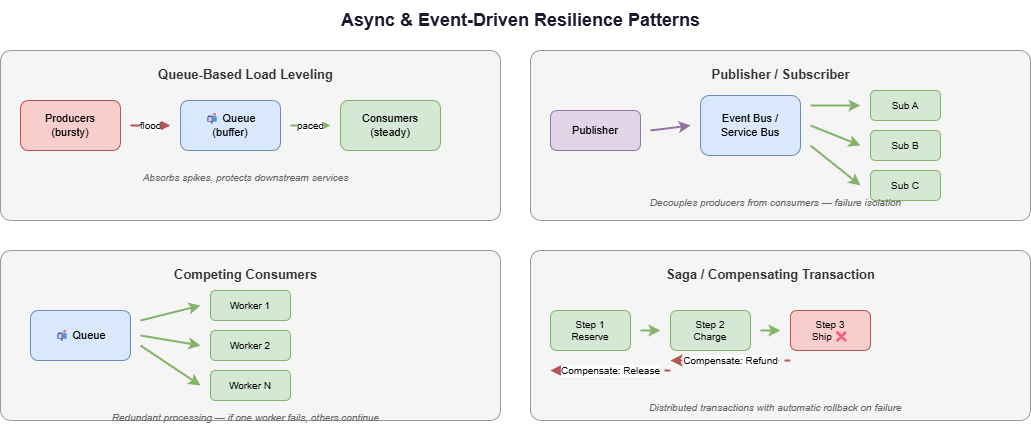
This is slides/img/async-patterns.drawio.png from codebytes/azure-resiliency, a draw.io export, as it was before one commit. Source tidied: cells renumbered, new cells last; positions are measured from the earlier drawing's top-left corner, leaving out a move shared by most shapes. Its diagram source:
```xml
<mxGraphModel>
  <root>
    <mxCell id="0" />
    <mxCell id="1" parent="0" />
    <mxCell id="2" value="&lt;b&gt;Async &amp; Event-Driven Resilience Patterns&lt;/b&gt;" style="text;html=1;align=center;verticalAlign=middle;fontSize=18;fontColor=#1a1a2e;" parent="1" vertex="1">
      <mxGeometry x="220" width="600" height="40" as="geometry" />
    </mxCell>
    <mxCell id="3" style="rounded=1;whiteSpace=wrap;html=1;fillColor=#f5f5f5;strokeColor=#999;arcSize=6;" parent="1" vertex="1">
      <mxGeometry y="50" width="500" height="170" as="geometry" />
    </mxCell>
    <mxCell id="4" value="&lt;b&gt;Queue-Based Load Leveling&lt;/b&gt;" style="text;html=1;align=center;fontSize=13;fontColor=#333;" parent="1" vertex="1">
      <mxGeometry x="120" y="60" width="250" height="25" as="geometry" />
    </mxCell>
    <mxCell id="5" value="Producers&lt;br&gt;(bursty)" style="rounded=1;whiteSpace=wrap;html=1;fillColor=#f8cecc;strokeColor=#b85450;fontSize=11;" parent="1" vertex="1">
      <mxGeometry x="20" y="100" width="100" height="50" as="geometry" />
    </mxCell>
    <mxCell id="6" value="📬 Queue&lt;br&gt;(buffer)" style="rounded=1;whiteSpace=wrap;html=1;fillColor=#dae8fc;strokeColor=#6c8ebf;fontSize=11;" parent="1" vertex="1">
      <mxGeometry x="180" y="100" width="100" height="50" as="geometry" />
    </mxCell>
    <mxCell id="7" value="Consumers&lt;br&gt;(steady)" style="rounded=1;whiteSpace=wrap;html=1;fillColor=#d5e8d4;strokeColor=#82b366;fontSize=11;" parent="1" vertex="1">
      <mxGeometry x="340" y="100" width="100" height="50" as="geometry" />
    </mxCell>
    <mxCell id="8" value="flood" style="endArrow=classic;html=1;strokeWidth=2;strokeColor=#b85450;fontSize=10;" parent="1" edge="1">
      <mxGeometry relative="1" as="geometry">
        <mxPoint x="130" y="125" as="sourcePoint" />
        <mxPoint x="170" y="125" as="targetPoint" />
      </mxGeometry>
    </mxCell>
    <mxCell id="9" value="paced" style="endArrow=classic;html=1;strokeWidth=2;strokeColor=#82b366;fontSize=10;" parent="1" edge="1">
      <mxGeometry relative="1" as="geometry">
        <mxPoint x="290" y="125" as="sourcePoint" />
        <mxPoint x="330" y="125" as="targetPoint" />
      </mxGeometry>
    </mxCell>
    <mxCell id="10" value="Absorbs spikes, protects downstream services" style="text;html=1;align=center;fontSize=10;fontColor=#666;fontStyle=2;" parent="1" vertex="1">
      <mxGeometry x="70" y="165" width="350" height="20" as="geometry" />
    </mxCell>
    <mxCell id="11" style="rounded=1;whiteSpace=wrap;html=1;fillColor=#f5f5f5;strokeColor=#999;arcSize=6;" parent="1" vertex="1">
      <mxGeometry x="530" y="50" width="500" height="170" as="geometry" />
    </mxCell>
    <mxCell id="12" value="&lt;b&gt;Publisher / Subscriber&lt;/b&gt;" style="text;html=1;align=center;fontSize=13;fontColor=#333;" parent="1" vertex="1">
      <mxGeometry x="670" y="60" width="220" height="25" as="geometry" />
    </mxCell>
    <mxCell id="13" value="Publisher" style="rounded=1;whiteSpace=wrap;html=1;fillColor=#e1d5e7;strokeColor=#9673a6;fontSize=11;" parent="1" vertex="1">
      <mxGeometry x="550" y="110" width="90" height="40" as="geometry" />
    </mxCell>
    <mxCell id="14" value="Event Bus /&lt;br&gt;Service Bus" style="rounded=1;whiteSpace=wrap;html=1;fillColor=#dae8fc;strokeColor=#6c8ebf;fontSize=11;" parent="1" vertex="1">
      <mxGeometry x="700" y="95" width="100" height="60" as="geometry" />
    </mxCell>
    <mxCell id="15" value="Sub A" style="rounded=1;whiteSpace=wrap;html=1;fillColor=#d5e8d4;strokeColor=#82b366;fontSize=10;" parent="1" vertex="1">
      <mxGeometry x="870" y="90" width="70" height="30" as="geometry" />
    </mxCell>
    <mxCell id="16" value="Sub B" style="rounded=1;whiteSpace=wrap;html=1;fillColor=#d5e8d4;strokeColor=#82b366;fontSize=10;" parent="1" vertex="1">
      <mxGeometry x="870" y="130" width="70" height="30" as="geometry" />
    </mxCell>
    <mxCell id="17" value="Sub C" style="rounded=1;whiteSpace=wrap;html=1;fillColor=#d5e8d4;strokeColor=#82b366;fontSize=10;" parent="1" vertex="1">
      <mxGeometry x="870" y="170" width="70" height="30" as="geometry" />
    </mxCell>
    <mxCell id="18" style="endArrow=classic;html=1;strokeWidth=2;strokeColor=#9673a6;" parent="1" edge="1">
      <mxGeometry relative="1" as="geometry">
        <mxPoint x="650" y="130" as="sourcePoint" />
        <mxPoint x="690" y="125" as="targetPoint" />
      </mxGeometry>
    </mxCell>
    <mxCell id="19" style="endArrow=classic;html=1;strokeWidth=2;strokeColor=#82b366;" parent="1" edge="1">
      <mxGeometry relative="1" as="geometry">
        <mxPoint x="810" y="105" as="sourcePoint" />
        <mxPoint x="860" y="105" as="targetPoint" />
      </mxGeometry>
    </mxCell>
    <mxCell id="20" style="endArrow=classic;html=1;strokeWidth=2;strokeColor=#82b366;" parent="1" edge="1">
      <mxGeometry relative="1" as="geometry">
        <mxPoint x="810" y="125" as="sourcePoint" />
        <mxPoint x="860" y="145" as="targetPoint" />
      </mxGeometry>
    </mxCell>
    <mxCell id="21" style="endArrow=classic;html=1;strokeWidth=2;strokeColor=#82b366;" parent="1" edge="1">
      <mxGeometry relative="1" as="geometry">
        <mxPoint x="810" y="145" as="sourcePoint" />
        <mxPoint x="860" y="185" as="targetPoint" />
      </mxGeometry>
    </mxCell>
    <mxCell id="22" value="Decouples producers from consumers — failure isolation" style="text;html=1;align=center;fontSize=10;fontColor=#666;fontStyle=2;" parent="1" vertex="1">
      <mxGeometry x="600" y="190" width="350" height="20" as="geometry" />
    </mxCell>
    <mxCell id="23" style="rounded=1;whiteSpace=wrap;html=1;fillColor=#f5f5f5;strokeColor=#999;arcSize=6;" parent="1" vertex="1">
      <mxGeometry y="250" width="500" height="170" as="geometry" />
    </mxCell>
    <mxCell id="24" value="&lt;b&gt;Competing Consumers&lt;/b&gt;" style="text;html=1;align=center;fontSize=13;fontColor=#333;" parent="1" vertex="1">
      <mxGeometry x="120" y="260" width="250" height="25" as="geometry" />
    </mxCell>
    <mxCell id="25" value="📬 Queue" style="rounded=1;whiteSpace=wrap;html=1;fillColor=#dae8fc;strokeColor=#6c8ebf;fontSize=11;" parent="1" vertex="1">
      <mxGeometry x="30" y="310" width="100" height="50" as="geometry" />
    </mxCell>
    <mxCell id="26" value="Worker 1" style="rounded=1;whiteSpace=wrap;html=1;fillColor=#d5e8d4;strokeColor=#82b366;fontSize=10;" parent="1" vertex="1">
      <mxGeometry x="210" y="290" width="80" height="30" as="geometry" />
    </mxCell>
    <mxCell id="27" value="Worker 2" style="rounded=1;whiteSpace=wrap;html=1;fillColor=#d5e8d4;strokeColor=#82b366;fontSize=10;" parent="1" vertex="1">
      <mxGeometry x="210" y="330" width="80" height="30" as="geometry" />
    </mxCell>
    <mxCell id="28" value="Worker N" style="rounded=1;whiteSpace=wrap;html=1;fillColor=#d5e8d4;strokeColor=#82b366;fontSize=10;" parent="1" vertex="1">
      <mxGeometry x="210" y="370" width="80" height="30" as="geometry" />
    </mxCell>
    <mxCell id="29" style="endArrow=classic;html=1;strokeWidth=2;strokeColor=#82b366;" parent="1" edge="1">
      <mxGeometry relative="1" as="geometry">
        <mxPoint x="140" y="320" as="sourcePoint" />
        <mxPoint x="200" y="305" as="targetPoint" />
      </mxGeometry>
    </mxCell>
    <mxCell id="30" style="endArrow=classic;html=1;strokeWidth=2;strokeColor=#82b366;" parent="1" edge="1">
      <mxGeometry relative="1" as="geometry">
        <mxPoint x="140" y="335" as="sourcePoint" />
        <mxPoint x="200" y="345" as="targetPoint" />
      </mxGeometry>
    </mxCell>
    <mxCell id="31" style="endArrow=classic;html=1;strokeWidth=2;strokeColor=#82b366;" parent="1" edge="1">
      <mxGeometry relative="1" as="geometry">
        <mxPoint x="140" y="345" as="sourcePoint" />
        <mxPoint x="200" y="385" as="targetPoint" />
      </mxGeometry>
    </mxCell>
    <mxCell id="32" value="Redundant processing — if one worker fails, others continue" style="text;html=1;align=center;fontSize=10;fontColor=#666;fontStyle=2;" parent="1" vertex="1">
      <mxGeometry x="70" y="405" width="350" height="20" as="geometry" />
    </mxCell>
    <mxCell id="33" style="rounded=1;whiteSpace=wrap;html=1;fillColor=#f5f5f5;strokeColor=#999;arcSize=6;" parent="1" vertex="1">
      <mxGeometry x="530" y="250" width="500" height="170" as="geometry" />
    </mxCell>
    <mxCell id="34" value="&lt;b&gt;Saga / Compensating Transaction&lt;/b&gt;" style="text;html=1;align=center;fontSize=13;fontColor=#333;" parent="1" vertex="1">
      <mxGeometry x="620" y="260" width="300" height="25" as="geometry" />
    </mxCell>
    <mxCell id="35" value="Step 1&lt;br&gt;Reserve" style="rounded=1;whiteSpace=wrap;html=1;fillColor=#d5e8d4;strokeColor=#82b366;fontSize=10;" parent="1" vertex="1">
      <mxGeometry x="550" y="310" width="80" height="40" as="geometry" />
    </mxCell>
    <mxCell id="36" value="Step 2&lt;br&gt;Charge" style="rounded=1;whiteSpace=wrap;html=1;fillColor=#d5e8d4;strokeColor=#82b366;fontSize=10;" parent="1" vertex="1">
      <mxGeometry x="670" y="310" width="80" height="40" as="geometry" />
    </mxCell>
    <mxCell id="37" value="Step 3&lt;br&gt;Ship ❌" style="rounded=1;whiteSpace=wrap;html=1;fillColor=#f8cecc;strokeColor=#b85450;fontSize=10;" parent="1" vertex="1">
      <mxGeometry x="790" y="310" width="80" height="40" as="geometry" />
    </mxCell>
    <mxCell id="38" style="endArrow=classic;html=1;strokeWidth=2;strokeColor=#82b366;" parent="1" edge="1">
      <mxGeometry relative="1" as="geometry">
        <mxPoint x="640" y="330" as="sourcePoint" />
        <mxPoint x="660" y="330" as="targetPoint" />
      </mxGeometry>
    </mxCell>
    <mxCell id="39" style="endArrow=classic;html=1;strokeWidth=2;strokeColor=#82b366;" parent="1" edge="1">
      <mxGeometry relative="1" as="geometry">
        <mxPoint x="760" y="330" as="sourcePoint" />
        <mxPoint x="780" y="330" as="targetPoint" />
      </mxGeometry>
    </mxCell>
    <mxCell id="40" value="Compensate: Refund" style="endArrow=classic;html=1;strokeWidth=2;strokeColor=#b85450;dashed=1;fontSize=10;" parent="1" edge="1">
      <mxGeometry relative="1" as="geometry">
        <mxPoint x="790" y="360" as="sourcePoint" />
        <mxPoint x="670" y="360" as="targetPoint" />
      </mxGeometry>
    </mxCell>
    <mxCell id="41" value="Compensate: Release" style="endArrow=classic;html=1;strokeWidth=2;strokeColor=#b85450;dashed=1;fontSize=10;" parent="1" edge="1">
      <mxGeometry relative="1" as="geometry">
        <mxPoint x="670" y="370" as="sourcePoint" />
        <mxPoint x="550" y="370" as="targetPoint" />
      </mxGeometry>
    </mxCell>
    <mxCell id="42" value="Distributed transactions with automatic rollback on failure" style="text;html=1;align=center;fontSize=10;fontColor=#666;fontStyle=2;" parent="1" vertex="1">
      <mxGeometry x="600" y="395" width="350" height="20" as="geometry" />
    </mxCell>
  </root>
</mxGraphModel>
```
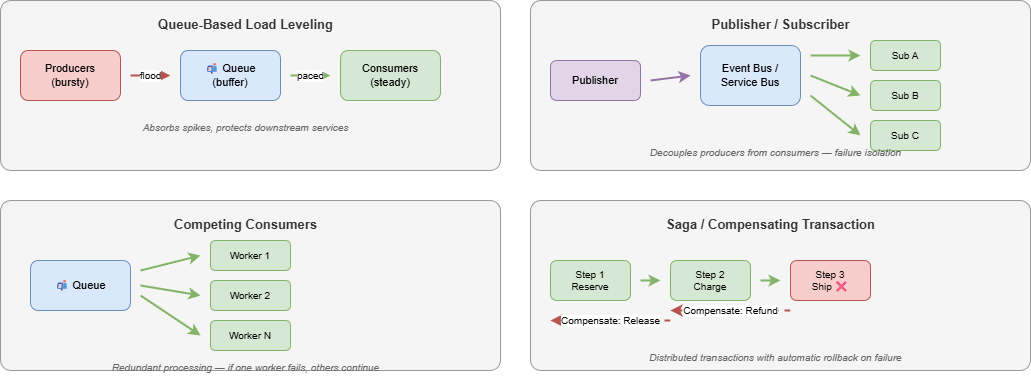
Later version of the same file.

What changed in the source:
```diff
@@ -2,9 +2,6 @@
   <root>
     <mxCell id="0" />
     <mxCell id="1" parent="0" />
-    <mxCell id="2" value="&lt;b&gt;Async &amp; Event-Driven Resilience Patterns&lt;/b&gt;" style="text;html=1;align=center;verticalAlign=middle;fontSize=18;fontColor=#1a1a2e;" parent="1" vertex="1">
-      <mxGeometry x="220" width="600" height="40" as="geometry" />
-    </mxCell>
     <mxCell id="3" style="rounded=1;whiteSpace=wrap;html=1;fillColor=#f5f5f5;strokeColor=#999;arcSize=6;" parent="1" vertex="1">
       <mxGeometry y="50" width="500" height="170" as="geometry" />
     </mxCell>
```
